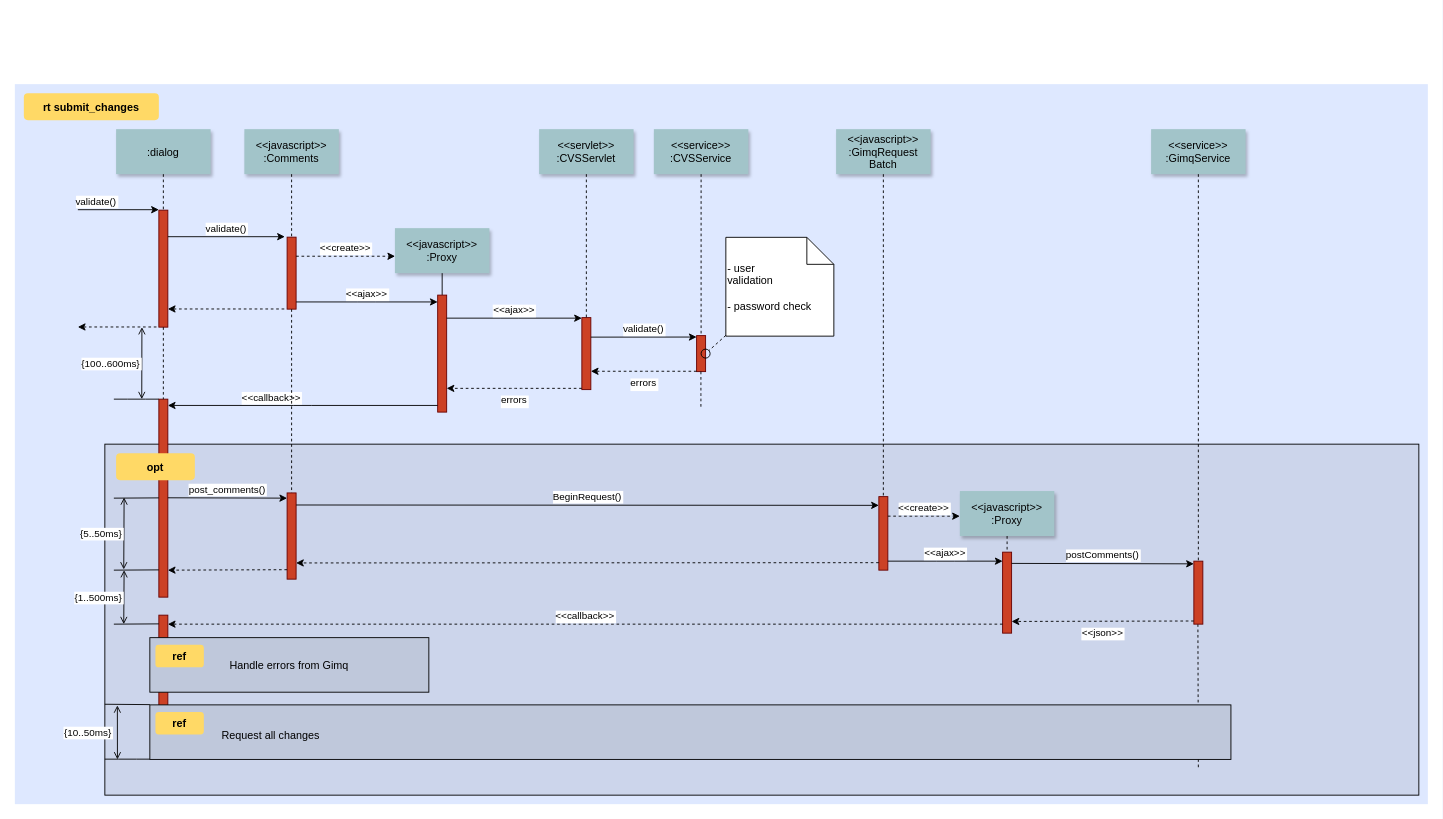
Earlier version of the draw.io diagram OAuth2_sequence.drawio (catoja1107/diagrams_net). Source tidied: cells renumbered, new cells numbered last; positions are measured from the earlier drawing's top-left corner, leaving out a move shared by most shapes. Both pictures are drawn from the tidied source at 90%, with x=0, y=0 at pixel (14, 84).
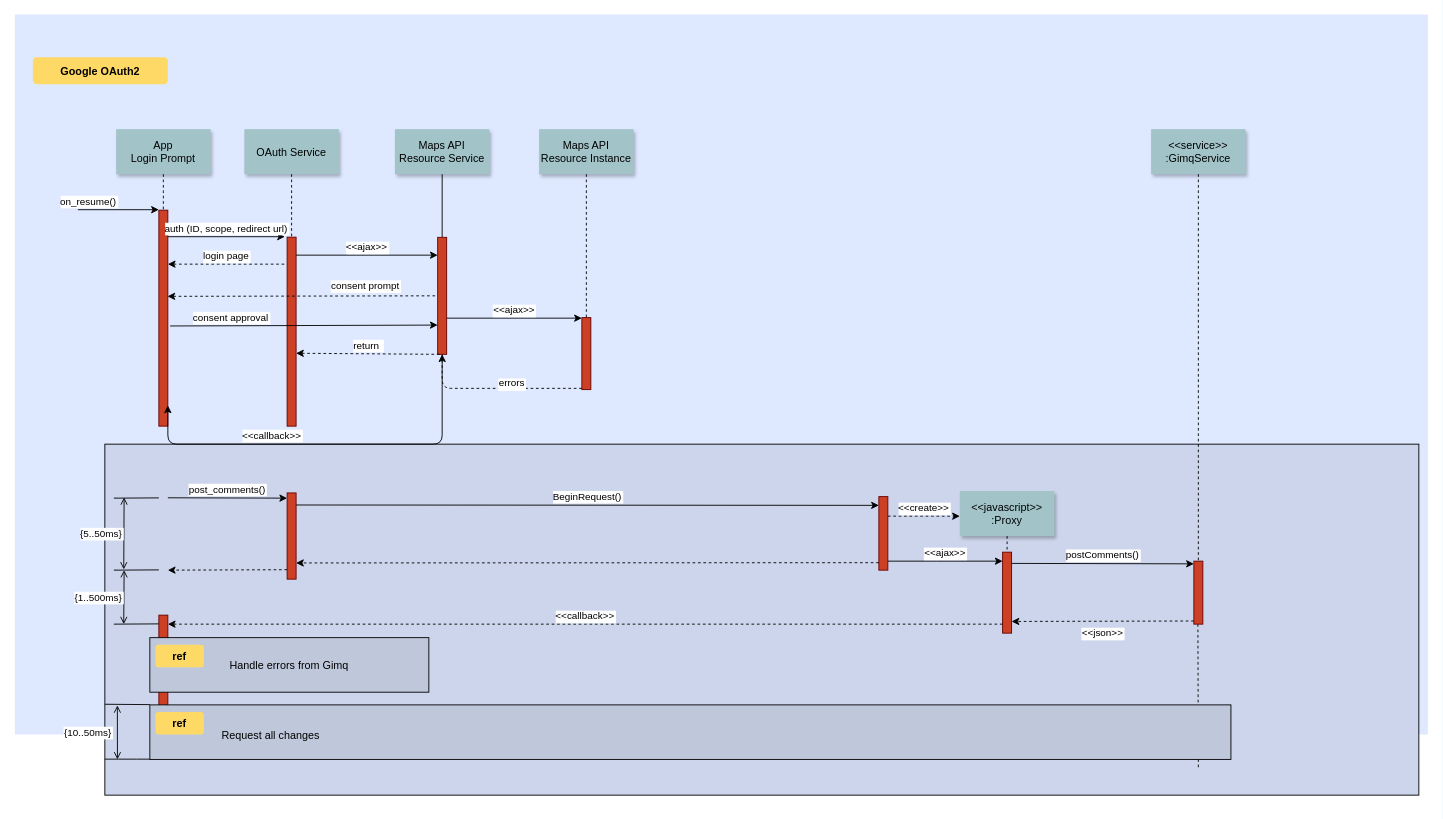
The same diagram, later.

Unchanged cells that the change refers to:
```xml
<mxCell id="40" style="fillColor=#CC4125;strokeColor=#660000;" parent="1" vertex="1">
  <mxGeometry x="302.5" y="454.2" width="10" height="95.8" as="geometry" />
</mxCell>
<mxCell id="41" style="fillColor=#CC4125;strokeColor=#660000;" parent="1" vertex="1">
  <mxGeometry x="960" y="458.3" width="10" height="81.7" as="geometry" />
</mxCell>
```

Change to the diagram source:
```diff
@@
     <mxCell id="2" style="fillColor=#DEE8FF;strokeColor=none;" parent="1" vertex="1">
-      <mxGeometry width="1570" height="800" as="geometry" />
+      <mxGeometry y="-77.4" width="1570" height="800" as="geometry" />
     </mxCell>
@@
     <mxCell id="5" style="fillColor=#CC4125;strokeColor=#660000;" parent="1" vertex="1">
-      <mxGeometry x="160" y="140" width="10" height="130" as="geometry" />
+      <mxGeometry x="160" y="140" width="10" height="240" as="geometry" />
     </mxCell>
-    <mxCell id="6" value="validate()" style="edgeStyle=none;verticalLabelPosition=top;verticalAlign=bottom;labelPosition=left;align=right;" parent="1" edge="1">
+    <mxCell id="6" value="on_resume()" style="edgeStyle=none;verticalLabelPosition=top;verticalAlign=bottom;labelPosition=left;align=right;" parent="1" edge="1">
       <mxGeometry x="110" y="49.5" as="geometry">
         <mxPoint x="70" y="139.5" as="sourcePoint" />
         <mxPoint x="160" y="139.5" as="targetPoint" />
       </mxGeometry>
     </mxCell>
-    <mxCell id="7" value=":dialog" style="shadow=1;fillColor=#A2C4C9;strokeColor=none;" parent="1" vertex="1">
+    <mxCell id="7" value="App&#10;Login Prompt" style="shadow=1;fillColor=#A2C4C9;strokeColor=none;" parent="1" vertex="1">
       <mxGeometry x="112.5" y="50" width="105" height="50" as="geometry" />
     </mxCell>
     <mxCell id="8" style="fillColor=#CC4125;strokeColor=#660000;" parent="1" vertex="1">
-      <mxGeometry x="302.5" y="170" width="10" height="80" as="geometry" />
+      <mxGeometry x="302.5" y="170" width="10" height="210" as="geometry" />
     </mxCell>
-    <mxCell id="9" value="&lt;&lt;javascript&gt;&gt;&#10;:Comments" style="shadow=1;fillColor=#A2C4C9;strokeColor=none;" parent="1" vertex="1">
+    <mxCell id="9" value="OAuth Service" style="shadow=1;fillColor=#A2C4C9;strokeColor=none;" parent="1" vertex="1">
       <mxGeometry x="255" y="50" width="105" height="50" as="geometry" />
     </mxCell>
@@
-    <mxCell id="11" value="validate()" style="edgeStyle=none;verticalLabelPosition=top;verticalAlign=bottom;" parent="1" edge="1">
-      <mxGeometry x="220" y="92" as="geometry">
+    <mxCell id="11" value="auth (ID, scope, redirect url)" style="edgeStyle=none;verticalLabelPosition=top;verticalAlign=bottom;" parent="1" edge="1">
+      <mxGeometry as="geometry">
         <mxPoint x="170" y="169.5" as="sourcePoint" />
         <mxPoint x="300" y="169.5" as="targetPoint" />
       </mxGeometry>
     </mxCell>
-    <mxCell id="12" style="edgeStyle=none;verticalLabelPosition=top;verticalAlign=bottom;endArrow=none;startArrow=classic;dashed=1;" parent="1" edge="1">
+    <mxCell id="12" value="login page" style="edgeStyle=none;verticalLabelPosition=top;verticalAlign=bottom;endArrow=none;startArrow=classic;dashed=1;" parent="1" edge="1">
       <mxGeometry x="220" y="172.3" as="geometry">
-        <mxPoint x="170" y="249.8" as="sourcePoint" />
-        <mxPoint x="300" y="249.8" as="targetPoint" />
+        <mxPoint x="170" y="200" as="sourcePoint" />
+        <mxPoint x="300" y="200" as="targetPoint" />
       </mxGeometry>
     </mxCell>
-    <mxCell id="13" style="edgeStyle=none;verticalLabelPosition=top;verticalAlign=bottom;labelPosition=left;align=right;endArrow=none;startArrow=classic;dashed=1;" parent="1" edge="1">
-      <mxGeometry x="110" y="179.8" as="geometry">
-        <mxPoint x="70" y="269.8" as="sourcePoint" />
-        <mxPoint x="160" y="269.8" as="targetPoint" />
-      </mxGeometry>
-    </mxCell>
-    <mxCell id="14" value="&lt;&lt;create&gt;&gt;" style="edgeStyle=none;verticalLabelPosition=top;verticalAlign=bottom;dashed=1;" parent="1" edge="1">
-      <mxGeometry x="385.5" y="113.9" as="geometry">
-        <mxPoint x="312.5" y="191.2" as="sourcePoint" />
-        <mxPoint x="422.5" y="191.2" as="targetPoint" />
-      </mxGeometry>
-    </mxCell>
-    <mxCell id="15" value="&lt;&lt;javascript&gt;&gt;&#10;:Proxy" style="shadow=1;fillColor=#A2C4C9;strokeColor=none;" parent="1" vertex="1">
-      <mxGeometry x="422.3" y="160" width="105" height="50" as="geometry" />
+    <mxCell id="15" value="Maps API&#10;Resource Service" style="shadow=1;fillColor=#A2C4C9;strokeColor=none;" parent="1" vertex="1">
+      <mxGeometry x="422.3" y="50" width="105" height="50" as="geometry" />
     </mxCell>
@@
     <mxCell id="17" style="fillColor=#CC4125;strokeColor=#660000;" parent="1" vertex="1">
-      <mxGeometry x="469.8" y="234.4" width="10" height="130" as="geometry" />
+      <mxGeometry x="469.8" y="170.2" width="10" height="130" as="geometry" />
     </mxCell>
-    <mxCell id="18" value="&lt;&lt;ajax&gt;&gt;" style="edgeStyle=elbowEdgeStyle;elbow=vertical;verticalLabelPosition=top;verticalAlign=bottom;" parent="1" edge="1" source="8" target="17">
-      <mxGeometry x="350" y="290" as="geometry" />
+    <mxCell id="18" value="&lt;&lt;ajax&gt;&gt;" style="edgeStyle=elbowEdgeStyle;elbow=vertical;verticalLabelPosition=top;verticalAlign=bottom;" parent="1" edge="1">
+      <mxGeometry x="350" y="290" as="geometry">
+        <mxPoint x="312.5" y="190" as="sourcePoint" />
+        <mxPoint x="469.8" y="190" as="targetPoint" />
+        <Array as="points">
+          <mxPoint x="390" y="190" />
+        </Array>
+      </mxGeometry>
     </mxCell>
@@
-    <mxCell id="20" value="&lt;&lt;servlet&gt;&gt;&#10;:CVSServlet" style="shadow=1;fillColor=#A2C4C9;strokeColor=none;" parent="1" vertex="1">
+    <mxCell id="20" value="Maps API&#10;Resource Instance" style="shadow=1;fillColor=#A2C4C9;strokeColor=none;" parent="1" vertex="1">
       <mxGeometry x="582.5" y="50" width="105" height="50" as="geometry" />
     </mxCell>
@@
-    <mxCell id="22" value="&lt;&lt;service&gt;&gt;&#10;:CVSService" style="shadow=1;fillColor=#A2C4C9;strokeColor=none;" parent="1" vertex="1">
-      <mxGeometry x="710" y="50" width="105" height="50" as="geometry" />
-    </mxCell>
-    <mxCell id="23" style="edgeStyle=none;endArrow=none;dashed=1;" parent="1" edge="1" source="22" target="24">
-      <mxGeometry x="727.3" y="165" as="geometry" />
-    </mxCell>
-    <mxCell id="24" style="fillColor=#CC4125;strokeColor=#660000;" parent="1" vertex="1">
-      <mxGeometry x="757.5" y="279.4" width="10" height="40" as="geometry" />
-    </mxCell>
@@
-    <mxCell id="27" value="&lt;&lt;javascript&gt;&gt;&#10;:GimqRequest&#10;Batch" style="shadow=1;fillColor=#A2C4C9;strokeColor=none;" parent="1" vertex="1">
-      <mxGeometry x="912.5" y="50" width="105" height="50" as="geometry" />
-    </mxCell>
@@
-    <mxCell id="29" value="validate()" style="edgeStyle=elbowEdgeStyle;elbow=vertical;verticalLabelPosition=top;verticalAlign=bottom;" parent="1" edge="1">
-      <mxGeometry x="550" y="261.7" as="geometry">
-        <mxPoint x="640" y="281.1" as="sourcePoint" />
-        <mxPoint x="757.5" y="281.1" as="targetPoint" />
-      </mxGeometry>
-    </mxCell>
-    <mxCell id="30" value="errors" style="edgeStyle=elbowEdgeStyle;elbow=vertical;dashed=1;verticalLabelPosition=bottom;verticalAlign=top;" parent="1" edge="1">
-      <mxGeometry x="560" y="309.7" as="geometry">
-        <mxPoint x="757.5" y="319" as="sourcePoint" />
-        <mxPoint x="640" y="319" as="targetPoint" />
-      </mxGeometry>
-    </mxCell>
-    <mxCell id="31" style="edgeStyle=elbowEdgeStyle;elbow=horizontal;endArrow=none;dashed=1;" parent="1" edge="1">
-      <mxGeometry x="932.3" y="240" as="geometry">
-        <mxPoint x="762.3" y="319.4" as="sourcePoint" />
-        <mxPoint x="762.3" y="360" as="targetPoint" />
-        <Array as="points">
-          <mxPoint x="762.3" y="340" />
-        </Array>
-      </mxGeometry>
-    </mxCell>
-    <mxCell id="32" style="ellipse;fillColor=none;" parent="1" vertex="1">
-      <mxGeometry x="762.5" y="294.4" width="10" height="10" as="geometry" />
-    </mxCell>
-    <mxCell id="33" value=" - user&#10; validation&#10;&#10; - password check" style="shape=note;align=left;" parent="1" vertex="1">
-      <mxGeometry x="790" y="170.2" width="120" height="109.8" as="geometry" />
-    </mxCell>
-    <mxCell id="34" style="edgeStyle=none;endArrow=none;dashed=1;" parent="1" edge="1" source="33" target="32">
-      <mxGeometry x="1030" y="180" as="geometry" />
-    </mxCell>
-    <mxCell id="35" style="fillColor=#CC4125;strokeColor=#660000;" parent="1" vertex="1">
-      <mxGeometry x="160" y="350" width="10" height="220" as="geometry" />
-    </mxCell>
-    <mxCell id="36" value="             &lt;&lt;callback&gt;&gt;                                " style="edgeStyle=elbowEdgeStyle;elbow=vertical;dashed=0;verticalLabelPosition=top;verticalAlign=bottom;align=right;" parent="1" edge="1" source="17" target="35">
-      <mxGeometry x="190" y="329.8" as="geometry" />
+    <mxCell id="36" value="             &lt;&lt;callback&gt;&gt;                                " style="edgeStyle=elbowEdgeStyle;elbow=vertical;dashed=0;verticalLabelPosition=top;verticalAlign=bottom;align=right;" parent="1" edge="1" source="17">
+      <mxGeometry as="geometry">
+        <mxPoint x="170" y="357" as="targetPoint" />
+        <Array as="points">
+          <mxPoint x="320" y="400" />
+        </Array>
+        <mxPoint x="-2" y="71" as="offset" />
+      </mxGeometry>
     </mxCell>
-    <mxCell id="37" style="edgeStyle=none;dashed=1;endArrow=none;" parent="1" edge="1" source="5" target="35">
-      <mxGeometry x="50" y="300" as="geometry" />
-    </mxCell>
-    <mxCell id="38" style="edgeStyle=elbowEdgeStyle;elbow=vertical;endArrow=none;" parent="1" edge="1" source="35">
-      <mxGeometry x="60" y="310" as="geometry">
-        <mxPoint x="110" y="350" as="targetPoint" />
-      </mxGeometry>
-    </mxCell>
-    <mxCell id="39" value="{100..600ms}" style="edgeStyle=elbowEdgeStyle;elbow=horizontal;startArrow=open;endArrow=open;labelPosition=left;align=right;" parent="1" edge="1">
-      <mxGeometry x="61.2" y="290" as="geometry">
-        <mxPoint x="141.2" y="270" as="sourcePoint" />
-        <mxPoint x="141.2" y="350" as="targetPoint" />
-      </mxGeometry>
-    </mxCell>
@@
-    <mxCell id="42" style="edgeStyle=none;endArrow=none;dashed=1;" parent="1" edge="1" source="27" target="41">
-      <mxGeometry x="956.6" y="205" as="geometry" />
-    </mxCell>
@@
-    <mxCell id="44" style="edgeStyle=none;endArrow=none;dashed=1;" parent="1" edge="1" source="8" target="40">
-      <mxGeometry x="376.6" y="339.7" as="geometry" />
-    </mxCell>
@@
-    <mxCell id="60" value="rt submit_changes" style="rounded=1;fontStyle=1;fillColor=#FFD966;strokeColor=none;" parent="1" vertex="1">
-      <mxGeometry x="10" y="10" width="150" height="30" as="geometry" />
+    <mxCell id="60" value="Google OAuth2" style="rounded=1;fontStyle=1;fillColor=#FFD966;strokeColor=none;" parent="1" vertex="1">
+      <mxGeometry x="20" y="-30" width="150" height="30" as="geometry" />
     </mxCell>
-    <mxCell id="61" value="opt" style="rounded=1;fontStyle=1;fillColor=#FFD966;strokeColor=none;" parent="1" vertex="1">
-      <mxGeometry x="112.5" y="410" width="87.5" height="30" as="geometry" />
-    </mxCell>
@@
+    <mxCell id="75" value="consent prompt" style="edgeStyle=none;verticalLabelPosition=top;verticalAlign=bottom;endArrow=none;startArrow=classic;dashed=1;entryX=0;entryY=0.5;entryDx=0;entryDy=0;exitX=0.962;exitY=0.399;exitDx=0;exitDy=0;exitPerimeter=0;" parent="1" edge="1" source="5" target="17">
+      <mxGeometry as="geometry">
+        <mxPoint x="70" y="-2" as="offset" />
+      </mxGeometry>
+    </mxCell>
+    <mxCell id="76" value="consent approval" style="edgeStyle=none;verticalLabelPosition=top;verticalAlign=bottom;entryX=0;entryY=0.75;entryDx=0;entryDy=0;" parent="1" edge="1" target="17">
+      <mxGeometry as="geometry">
+        <mxPoint x="172.5" y="268.7" as="sourcePoint" />
+        <mxPoint x="-81" as="offset" />
+      </mxGeometry>
+    </mxCell>
+    <mxCell id="77" value="return " style="edgeStyle=none;verticalLabelPosition=top;verticalAlign=bottom;endArrow=none;startArrow=classic;dashed=1;entryX=0.25;entryY=1;entryDx=0;entryDy=0;" parent="1" edge="1" target="17">
+      <mxGeometry x="220" y="172.3" as="geometry">
+        <mxPoint x="312.5" y="299" as="sourcePoint" />
+      </mxGeometry>
+    </mxCell>
```
